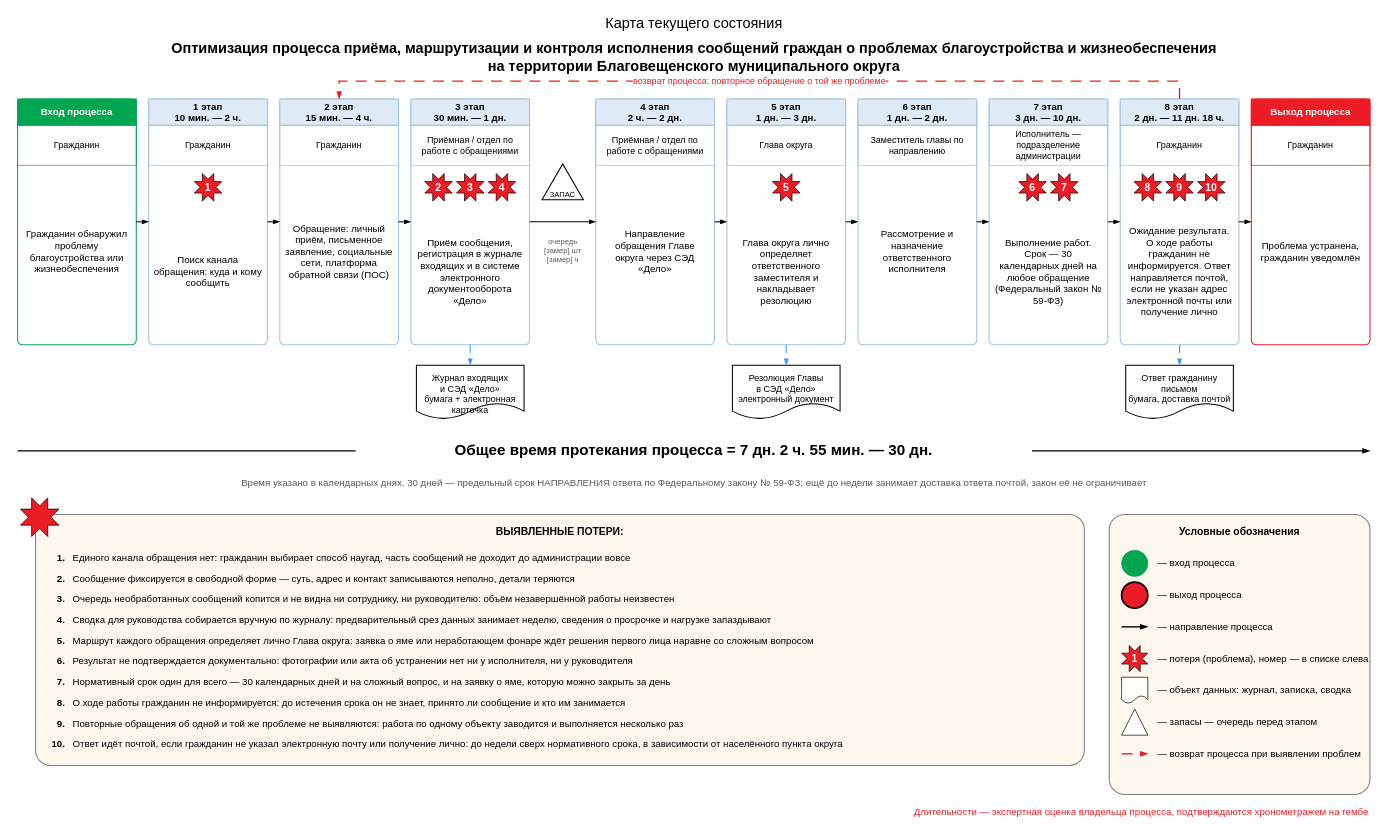
This is page "Текущее состояние" (1 of 2) of файлы/karta-tekushchego.drawio from NiceGenn/Team-28-progress, a draw.io file, before an edit. Source tidied: cells renumbered, new cells numbered last; positions are measured from the earlier drawing's top-left corner, leaving out a move shared by most shapes. Both pictures are drawn from the tidied source at 69%, with x=0, y=0 at pixel (17, 12).
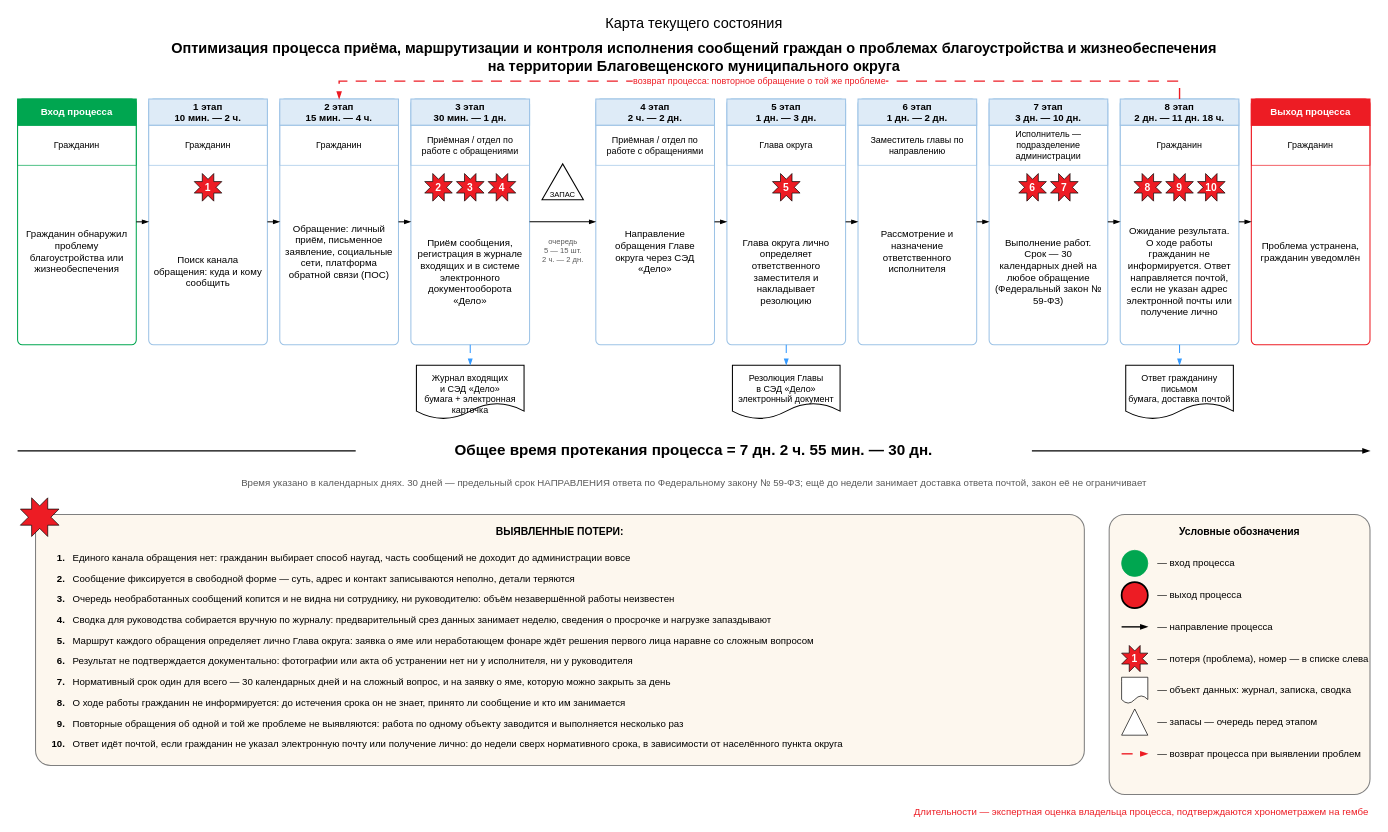
The same page after the edit.

What changed in the source:
```diff
@@
-    <mxCell id="63" value="очередь&lt;br&gt;[замер] шт&lt;br&gt;[замер] ч" style="text;html=1;align=center;verticalAlign=top;fontSize=11;fontColor=#595959;" parent="1" vertex="1">
+    <mxCell id="63" value="очередь&lt;br&gt;5 — 15 шт.&lt;br&gt;2 ч. — 2 дн." style="text;html=1;align=center;verticalAlign=top;fontSize=11;fontColor=#595959;" parent="1" vertex="1">
       <mxGeometry x="736" y="320" width="108" height="58" as="geometry" />
     </mxCell>
```
